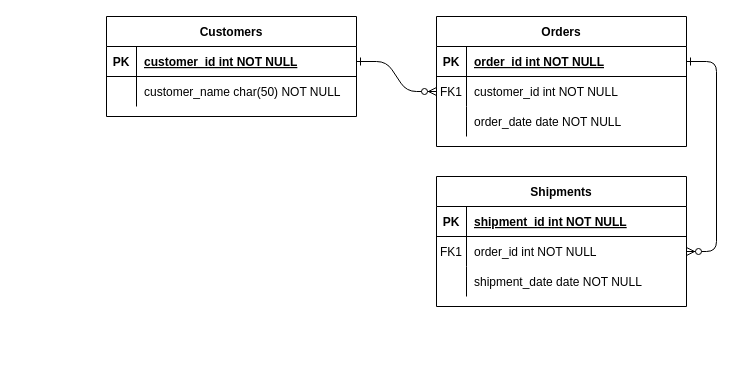
This is Celestial Bodies Database.drawio from archenemy1996/00001, a draw.io file, before an edit. Source tidied: cells renumbered, new cells numbered last; positions are measured from the earlier drawing's top-left corner, leaving out a move shared by most shapes. Both pictures are drawn from the tidied source at 100%, with x=0, y=0 at pixel (106, 16).
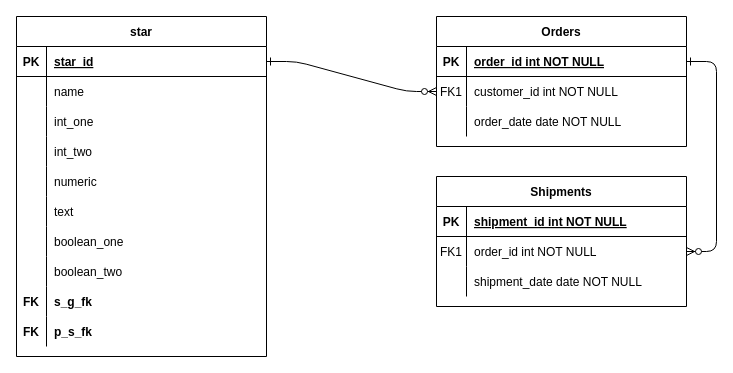
The same diagram, later.

Unchanged cells that the change refers to:
```xml
<mxCell id="25" style="shape=partialRectangle;fillColor=none;points=[[0,0.5],[1,0.5]];portConstraint=eastwest;top=0;left=0;right=0;bottom=1;" parent="24" vertex="1">
  <mxGeometry y="30" width="250" height="30" as="geometry" />
</mxCell>
<mxCell id="28" style="shape=partialRectangle;fillColor=none;top=0;left=0;right=0;bottom=0;" parent="24" vertex="1">
  <mxGeometry y="60" width="250" height="30" as="geometry" />
</mxCell>
```

Diff of the diagram source:
```diff
@@
-    <mxCell id="24" value="Customers" style="shape=table;startSize=30;childLayout=tableLayout;rowLines=0;fontStyle=1;align=center;" parent="1" vertex="1">
-      <mxGeometry width="250" height="100" as="geometry" />
+    <mxCell id="24" value="star" style="shape=table;startSize=30;childLayout=tableLayout;rowLines=0;fontStyle=1;align=center;" parent="1" vertex="1">
+      <mxGeometry x="-90" width="250" height="340" as="geometry" />
     </mxCell>
@@
-    <mxCell id="27" value="customer_id int NOT NULL " style="shape=partialRectangle;overflow=hidden;fillColor=none;top=0;left=0;bottom=0;right=0;align=left;spacingLeft=6;fontStyle=5;" parent="25" vertex="1">
+    <mxCell id="27" value="star_id" style="shape=partialRectangle;overflow=hidden;fillColor=none;top=0;left=0;bottom=0;right=0;align=left;spacingLeft=6;fontStyle=5;" parent="25" vertex="1">
       <mxGeometry x="30" width="220" height="30" as="geometry" />
     </mxCell>
@@
-    <mxCell id="30" value="customer_name char(50) NOT NULL" style="shape=partialRectangle;overflow=hidden;fillColor=none;top=0;left=0;bottom=0;right=0;align=left;spacingLeft=6;" parent="28" vertex="1">
+    <mxCell id="30" value="name" style="shape=partialRectangle;overflow=hidden;fillColor=none;top=0;left=0;bottom=0;right=0;align=left;spacingLeft=6;" parent="28" vertex="1">
       <mxGeometry x="30" width="220" height="30" as="geometry" />
     </mxCell>
+    <mxCell id="31" style="shape=partialRectangle;fillColor=none;top=0;left=0;right=0;bottom=0;" parent="24" vertex="1">
+      <mxGeometry y="90" width="250" height="30" as="geometry" />
+    </mxCell>
+    <mxCell id="32" style="shape=partialRectangle;overflow=hidden;fillColor=none;top=0;left=0;bottom=0;right=0;" parent="31" vertex="1">
+      <mxGeometry width="30" height="30" as="geometry" />
+    </mxCell>
+    <mxCell id="33" value="int_one" style="shape=partialRectangle;overflow=hidden;fillColor=none;top=0;left=0;bottom=0;right=0;align=left;spacingLeft=6;" parent="31" vertex="1">
+      <mxGeometry x="30" width="220" height="30" as="geometry" />
+    </mxCell>
+    <mxCell id="34" style="shape=partialRectangle;fillColor=none;top=0;left=0;right=0;bottom=0;" parent="24" vertex="1">
+      <mxGeometry y="120" width="250" height="30" as="geometry" />
+    </mxCell>
+    <mxCell id="35" style="shape=partialRectangle;overflow=hidden;fillColor=none;top=0;left=0;bottom=0;right=0;" parent="34" vertex="1">
+      <mxGeometry width="30" height="30" as="geometry" />
+    </mxCell>
+    <mxCell id="36" value="int_two" style="shape=partialRectangle;overflow=hidden;fillColor=none;top=0;left=0;bottom=0;right=0;align=left;spacingLeft=6;" parent="34" vertex="1">
+      <mxGeometry x="30" width="220" height="30" as="geometry" />
+    </mxCell>
+    <mxCell id="37" style="shape=partialRectangle;fillColor=none;top=0;left=0;right=0;bottom=0;" parent="24" vertex="1">
+      <mxGeometry y="150" width="250" height="30" as="geometry" />
+    </mxCell>
+    <mxCell id="38" style="shape=partialRectangle;overflow=hidden;fillColor=none;top=0;left=0;bottom=0;right=0;" parent="37" vertex="1">
+      <mxGeometry width="30" height="30" as="geometry" />
+    </mxCell>
+    <mxCell id="39" value="numeric" style="shape=partialRectangle;overflow=hidden;fillColor=none;top=0;left=0;bottom=0;right=0;align=left;spacingLeft=6;" parent="37" vertex="1">
+      <mxGeometry x="30" width="220" height="30" as="geometry" />
+    </mxCell>
+    <mxCell id="40" style="shape=partialRectangle;fillColor=none;top=0;left=0;right=0;bottom=0;" parent="24" vertex="1">
+      <mxGeometry y="180" width="250" height="30" as="geometry" />
+    </mxCell>
+    <mxCell id="41" style="shape=partialRectangle;overflow=hidden;fillColor=none;top=0;left=0;bottom=0;right=0;" parent="40" vertex="1">
+      <mxGeometry width="30" height="30" as="geometry" />
+    </mxCell>
+    <mxCell id="42" value="text" style="shape=partialRectangle;overflow=hidden;fillColor=none;top=0;left=0;bottom=0;right=0;align=left;spacingLeft=6;" parent="40" vertex="1">
+      <mxGeometry x="30" width="220" height="30" as="geometry" />
+    </mxCell>
+    <mxCell id="43" style="shape=partialRectangle;fillColor=none;top=0;left=0;right=0;bottom=0;" parent="24" vertex="1">
+      <mxGeometry y="210" width="250" height="30" as="geometry" />
+    </mxCell>
+    <mxCell id="44" style="shape=partialRectangle;overflow=hidden;fillColor=none;top=0;left=0;bottom=0;right=0;" parent="43" vertex="1">
+      <mxGeometry width="30" height="30" as="geometry" />
+    </mxCell>
+    <mxCell id="45" value="boolean_one" style="shape=partialRectangle;overflow=hidden;fillColor=none;top=0;left=0;bottom=0;right=0;align=left;spacingLeft=6;" parent="43" vertex="1">
+      <mxGeometry x="30" width="220" height="30" as="geometry" />
+    </mxCell>
+    <mxCell id="46" style="shape=partialRectangle;fillColor=none;top=0;left=0;right=0;bottom=0;" parent="24" vertex="1">
+      <mxGeometry y="240" width="250" height="30" as="geometry" />
+    </mxCell>
+    <mxCell id="47" style="shape=partialRectangle;overflow=hidden;fillColor=none;top=0;left=0;bottom=0;right=0;" parent="46" vertex="1">
+      <mxGeometry width="30" height="30" as="geometry" />
+    </mxCell>
+    <mxCell id="48" value="boolean_two" style="shape=partialRectangle;overflow=hidden;fillColor=none;top=0;left=0;bottom=0;right=0;align=left;spacingLeft=6;" parent="46" vertex="1">
+      <mxGeometry x="30" width="220" height="30" as="geometry" />
+    </mxCell>
+    <mxCell id="49" style="shape=partialRectangle;fillColor=none;top=0;left=0;right=0;bottom=0;" parent="24" vertex="1">
+      <mxGeometry y="270" width="250" height="30" as="geometry" />
+    </mxCell>
+    <mxCell id="50" value="FK" style="shape=partialRectangle;overflow=hidden;fillColor=none;top=0;left=0;bottom=0;right=0;fontStyle=1;" parent="49" vertex="1">
+      <mxGeometry width="30" height="30" as="geometry" />
+    </mxCell>
+    <mxCell id="51" value="s_g_fk" style="shape=partialRectangle;overflow=hidden;fillColor=none;top=0;left=0;bottom=0;right=0;align=left;spacingLeft=6;fontStyle=1;" parent="49" vertex="1">
+      <mxGeometry x="30" width="220" height="30" as="geometry" />
+    </mxCell>
+    <mxCell id="52" style="shape=partialRectangle;fillColor=none;top=0;left=0;right=0;bottom=0;" parent="24" vertex="1">
+      <mxGeometry y="300" width="250" height="30" as="geometry" />
+    </mxCell>
+    <mxCell id="53" value="FK" style="shape=partialRectangle;overflow=hidden;fillColor=none;top=0;left=0;bottom=0;right=0;fontStyle=1;" parent="52" vertex="1">
+      <mxGeometry width="30" height="30" as="geometry" />
+    </mxCell>
+    <mxCell id="54" value="p_s_fk" style="shape=partialRectangle;overflow=hidden;fillColor=none;top=0;left=0;bottom=0;right=0;align=left;spacingLeft=6;fontStyle=1;" parent="52" vertex="1">
+      <mxGeometry x="30" width="220" height="30" as="geometry" />
+    </mxCell>
```
